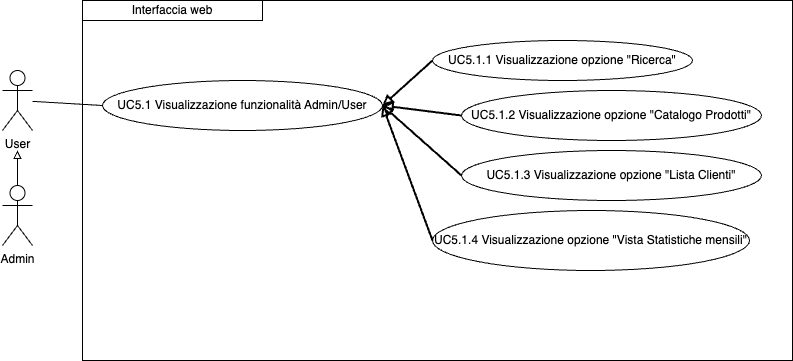
ShameIRL/farmacode keeps this draw.io diagram as imgs/Uml/UC5.1.png. Above is the earlier version. Source tidied: cells renumbered, new cells last; positions are measured from the earlier drawing's top-left corner, leaving out a move shared by most shapes. The source it was exported from:
```xml
<mxGraphModel>
  <root>
    <mxCell id="0" />
    <mxCell id="1" parent="0" />
    <mxCell id="2" value="UC5.1.1 Visualizzazione opzione &quot;Ricerca&quot;" style="ellipse;whiteSpace=wrap;html=1;" parent="1" vertex="1">
      <mxGeometry x="430" y="40" width="260" height="40" as="geometry" />
    </mxCell>
    <mxCell id="3" value="UC5.1.2 Visualizzazione opzione &quot;Catalogo Prodotti&quot;" style="ellipse;whiteSpace=wrap;html=1;" parent="1" vertex="1">
      <mxGeometry x="459" y="90" width="300" height="50" as="geometry" />
    </mxCell>
    <mxCell id="4" value="UC5.1.3 Visualizzazione opzione &quot;Lista Clienti&quot;" style="ellipse;whiteSpace=wrap;html=1;" parent="1" vertex="1">
      <mxGeometry x="459" y="150" width="300" height="50" as="geometry" />
    </mxCell>
    <mxCell id="5" style="endArrow=none;html=1;rounded=0;entryX=0;entryY=0.5;entryDx=0;entryDy=0;startArrow=block;startFill=0;strokeWidth=2;exitX=1;exitY=0.5;exitDx=0;exitDy=0;" parent="1" edge="1" source="9">
      <mxGeometry relative="1" as="geometry">
        <mxPoint x="430" y="60" as="targetPoint" />
      </mxGeometry>
    </mxCell>
    <mxCell id="6" value="UC5.1.4 Visualizzazione opzione &quot;Vista Statistiche mensili&lt;span style=&quot;background-color: initial;&quot;&gt;&quot;&lt;/span&gt;" style="ellipse;whiteSpace=wrap;html=1;" parent="1" vertex="1">
      <mxGeometry x="430" y="210" width="317" height="60" as="geometry" />
    </mxCell>
    <mxCell id="7" style="endArrow=none;html=1;rounded=0;entryX=0;entryY=0.5;entryDx=0;entryDy=0;startArrow=block;startFill=0;strokeWidth=2;exitX=1;exitY=0.5;exitDx=0;exitDy=0;" parent="1" edge="1" source="9" target="6">
      <mxGeometry relative="1" as="geometry" />
    </mxCell>
    <mxCell id="8" style="endArrow=none;html=1;rounded=0;entryX=0;entryY=0.5;entryDx=0;entryDy=0;startArrow=block;startFill=0;strokeWidth=2;exitX=1;exitY=0.5;exitDx=0;exitDy=0;" parent="1" edge="1" source="9" target="3">
      <mxGeometry relative="1" as="geometry" />
    </mxCell>
    <mxCell id="9" value="UC5.1 Visualizzazione funzionalità Admin/User" style="ellipse;whiteSpace=wrap;html=1;" parent="1" vertex="1">
      <mxGeometry x="100" y="80" width="280" height="50" as="geometry" />
    </mxCell>
    <mxCell id="10" value="User" style="shape=umlActor;verticalLabelPosition=bottom;verticalAlign=top;html=1;outlineConnect=0;" parent="1" vertex="1">
      <mxGeometry y="70" width="30" height="60" as="geometry" />
    </mxCell>
    <mxCell id="11" style="edgeStyle=orthogonalEdgeStyle;rounded=0;jettySize=auto;html=1;exitX=0.5;exitY=0;exitDx=0;exitDy=0;exitPerimeter=0;endArrow=block;endFill=0;" parent="1" edge="1" source="12">
      <mxGeometry relative="1" as="geometry">
        <mxPoint x="15" y="150" as="targetPoint" />
      </mxGeometry>
    </mxCell>
    <mxCell id="12" value="Admin" style="shape=umlActor;verticalLabelPosition=bottom;verticalAlign=top;html=1;outlineConnect=0;" parent="1" vertex="1">
      <mxGeometry y="185" width="30" height="60" as="geometry" />
    </mxCell>
    <mxCell id="13" style="endArrow=none;html=1;rounded=0;entryX=0;entryY=0.5;entryDx=0;entryDy=0;" parent="1" edge="1" source="10" target="9">
      <mxGeometry relative="1" as="geometry" />
    </mxCell>
    <mxCell id="14" style="endArrow=none;html=1;rounded=0;entryX=0;entryY=0.5;entryDx=0;entryDy=0;startArrow=block;startFill=0;strokeWidth=2;exitX=1;exitY=0.5;exitDx=0;exitDy=0;" parent="1" edge="1" source="9" target="4">
      <mxGeometry relative="1" as="geometry" />
    </mxCell>
    <mxCell id="15" value="Interfaccia web" style="rounded=0;whiteSpace=wrap;html=1;" parent="1" vertex="1">
      <mxGeometry x="80" width="180" height="20" as="geometry" />
    </mxCell>
    <mxCell id="16" style="rounded=0;whiteSpace=wrap;html=1;fillColor=none;" parent="1" vertex="1">
      <mxGeometry x="80" width="710" height="360" as="geometry" />
    </mxCell>
  </root>
</mxGraphModel>
```
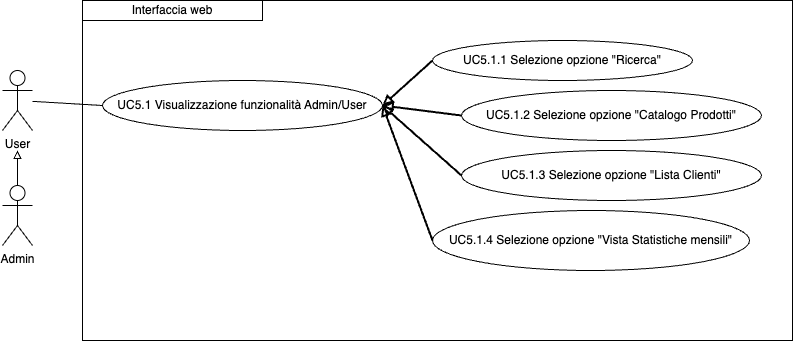
The same file after the commit.

The edit, as a diff of the source:
```diff
@@ -2,13 +2,13 @@
   <root>
     <mxCell id="0" />
     <mxCell id="1" parent="0" />
-    <mxCell id="2" value="UC5.1.1 Visualizzazione opzione &quot;Ricerca&quot;" style="ellipse;whiteSpace=wrap;html=1;" parent="1" vertex="1">
+    <mxCell id="2" value="UC5.1.1 Selezione opzione &quot;Ricerca&quot;" style="ellipse;whiteSpace=wrap;html=1;" parent="1" vertex="1">
       <mxGeometry x="430" y="40" width="260" height="40" as="geometry" />
     </mxCell>
-    <mxCell id="3" value="UC5.1.2 Visualizzazione opzione &quot;Catalogo Prodotti&quot;" style="ellipse;whiteSpace=wrap;html=1;" parent="1" vertex="1">
+    <mxCell id="3" value="UC5.1.2 Selezione opzione &quot;Catalogo Prodotti&quot;" style="ellipse;whiteSpace=wrap;html=1;" parent="1" vertex="1">
       <mxGeometry x="459" y="90" width="300" height="50" as="geometry" />
     </mxCell>
-    <mxCell id="4" value="UC5.1.3 Visualizzazione opzione &quot;Lista Clienti&quot;" style="ellipse;whiteSpace=wrap;html=1;" parent="1" vertex="1">
+    <mxCell id="4" value="UC5.1.3 Selezione opzione &quot;Lista Clienti&quot;" style="ellipse;whiteSpace=wrap;html=1;" parent="1" vertex="1">
       <mxGeometry x="459" y="150" width="300" height="50" as="geometry" />
     </mxCell>
     <mxCell id="5" style="endArrow=none;html=1;rounded=0;entryX=0;entryY=0.5;entryDx=0;entryDy=0;startArrow=block;startFill=0;strokeWidth=2;exitX=1;exitY=0.5;exitDx=0;exitDy=0;" parent="1" edge="1" source="9">
@@ -16,7 +16,7 @@
         <mxPoint x="430" y="60" as="targetPoint" />
       </mxGeometry>
     </mxCell>
-    <mxCell id="6" value="UC5.1.4 Visualizzazione opzione &quot;Vista Statistiche mensili&lt;span style=&quot;background-color: initial;&quot;&gt;&quot;&lt;/span&gt;" style="ellipse;whiteSpace=wrap;html=1;" parent="1" vertex="1">
+    <mxCell id="6" value="UC5.1.4 Selezione opzione &quot;Vista Statistiche mensili&lt;span style=&quot;background-color: initial;&quot;&gt;&quot;&lt;/span&gt;" style="ellipse;whiteSpace=wrap;html=1;" parent="1" vertex="1">
       <mxGeometry x="430" y="210" width="317" height="60" as="geometry" />
     </mxCell>
     <mxCell id="7" style="endArrow=none;html=1;rounded=0;entryX=0;entryY=0.5;entryDx=0;entryDy=0;startArrow=block;startFill=0;strokeWidth=2;exitX=1;exitY=0.5;exitDx=0;exitDy=0;" parent="1" edge="1" source="9" target="6">
@@ -48,8 +48,8 @@
     <mxCell id="15" value="Interfaccia web" style="rounded=0;whiteSpace=wrap;html=1;" parent="1" vertex="1">
       <mxGeometry x="80" width="180" height="20" as="geometry" />
     </mxCell>
-    <mxCell id="16" style="rounded=0;whiteSpace=wrap;html=1;fillColor=none;" parent="1" vertex="1">
-      <mxGeometry x="80" width="710" height="360" as="geometry" />
-    </mxCell>
+    <mxCell id="17" style="rounded=0;whiteSpace=wrap;html=1;fillColor=none;" parent="1" vertex="1">
+      <mxGeometry x="80" width="710" height="340" as="geometry" />
+    </mxCell>
   </root>
 </mxGraphModel>
```
